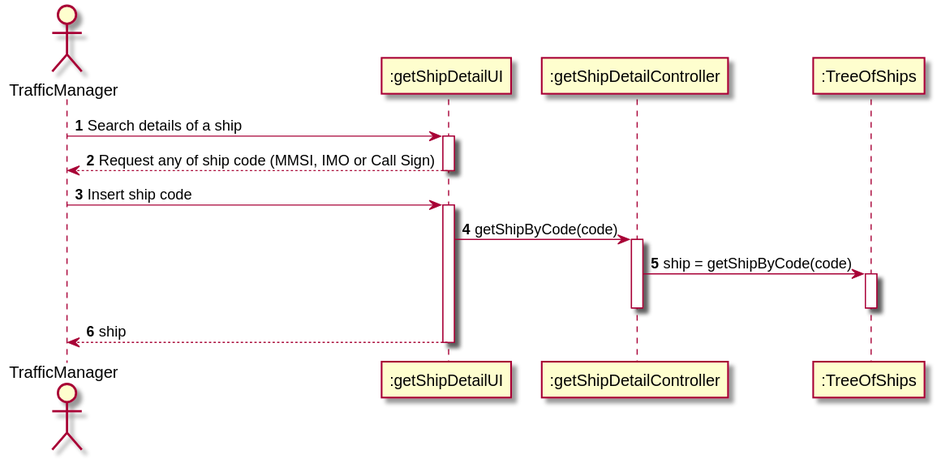
Before: Docs/Sprint1/US102/SD.svg, a diagram exported from PlantUML (LourencoMelo/ISEP-LAPR3-ESINF). The source it was exported from:
```plantuml
@startuml

autonumber

actor       TrafficManager             as TM
participant    ":getShipDetailUI"         as UI
participant    ":getShipDetailController" as CTRL
participant    ":TreeOfShips"              as tOS

TM -> UI : Search details of a ship
activate UI
UI --> TM: Request any of ship code (MMSI, IMO or Call Sign)
deactivate UI

TM -> UI : Insert ship code
activate UI

    UI -> CTRL : getShipByCode(code)
    activate CTRL
    CTRL -> tOS : ship = getShipByCode(code)
    activate tOS

    deactivate tOS

    deactivate CTRL

UI --> TM : ship
deactivate UI








@enduml
```
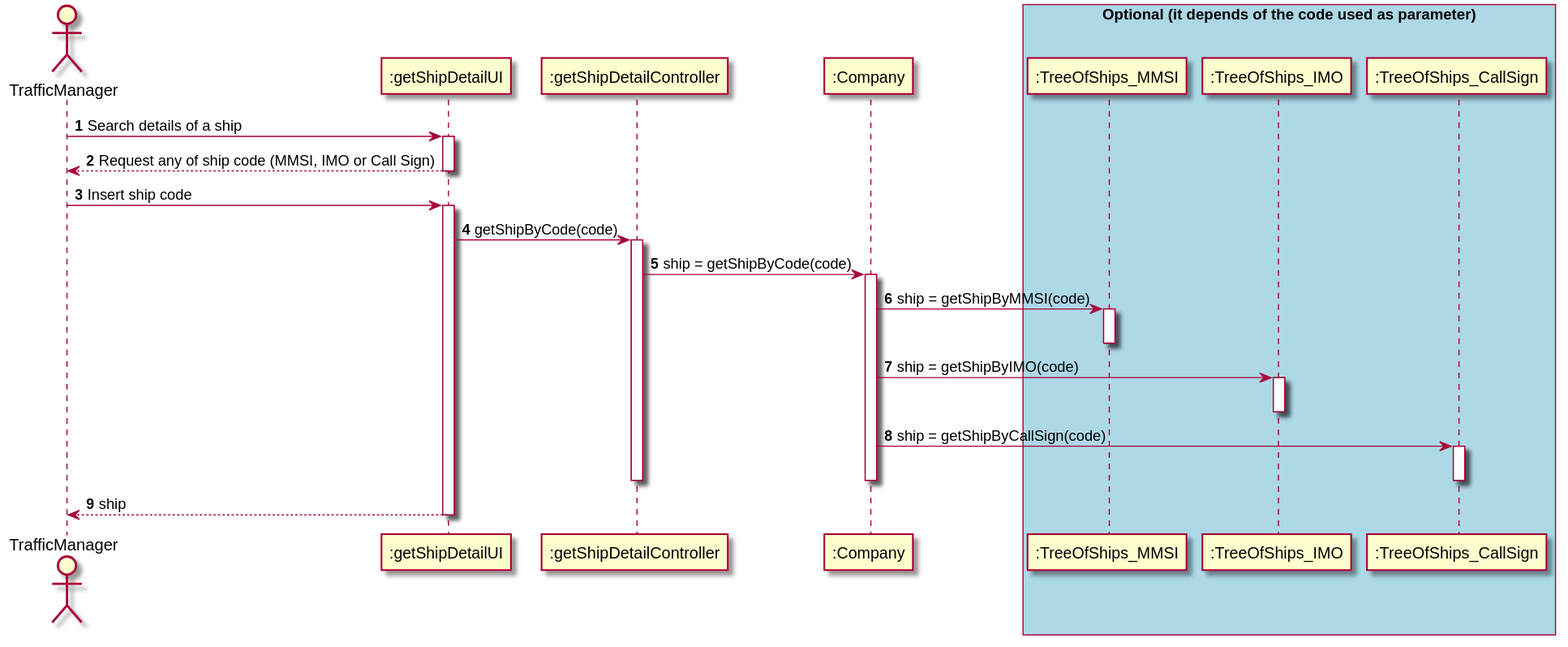
The same diagram one commit later.

The edit, as a diff of the source:
```diff
@@ -2,10 +2,15 @@
 
 autonumber
 
-actor       TrafficManager             as TM
+actor       TrafficManager                as TM
 participant    ":getShipDetailUI"         as UI
 participant    ":getShipDetailController" as CTRL
-participant    ":TreeOfShips"              as tOS
+participant    ":Company"                 as company
+box "Optional (it depends of the code used as parameter)" #LightBlue
+participant    ":TreeOfShips_MMSI"        as mmsi
+participant    ":TreeOfShips_IMO"         as imo
+participant    ":TreeOfShips_CallSign"    as callSign
+end box
 
 TM -> UI : Search details of a ship
 activate UI
@@ -17,21 +22,29 @@
 
     UI -> CTRL : getShipByCode(code)
     activate CTRL
-    CTRL -> tOS : ship = getShipByCode(code)
-    activate tOS
+    CTRL -> company : ship = getShipByCode(code)
+    activate company
 
-    deactivate tOS
+
+
+    company -> mmsi : ship = getShipByMMSI(code)
+    activate mmsi
+    deactivate mmsi
+
+    company -> imo : ship = getShipByIMO(code)
+    activate imo
+    deactivate imo
+
+    company -> callSign : ship = getShipByCallSign(code)
+    activate callSign
+    deactivate callSign
+
+
+    deactivate company
 
     deactivate CTRL
 
 UI --> TM : ship
 deactivate UI
 
-
-
-
-
-
-
-
 @enduml
```
